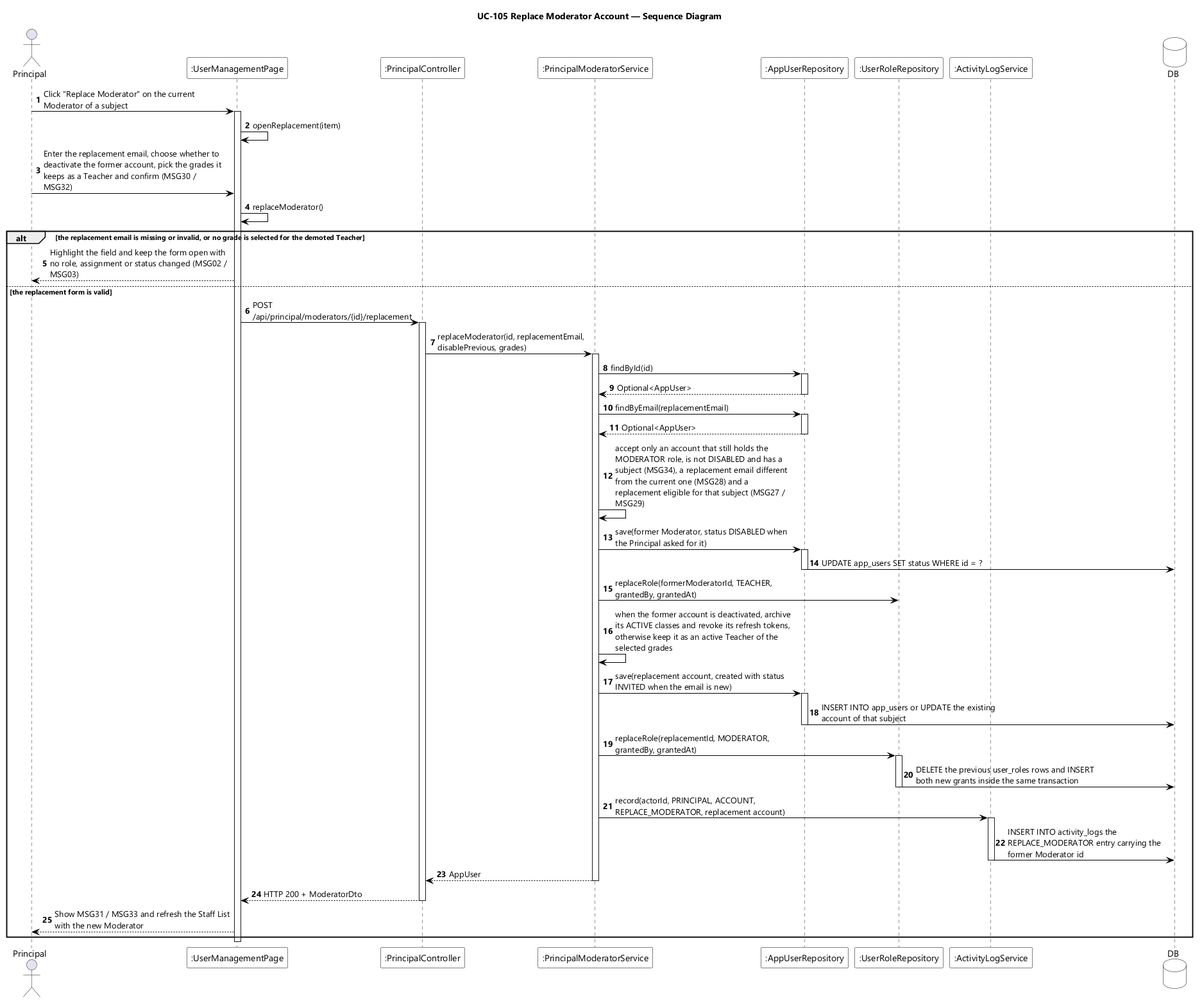
Earlier version of the PlantUML export designs/sds-diagrams/uc105/uc105-sequence-diagram.png (EduA-system/EduA-system).
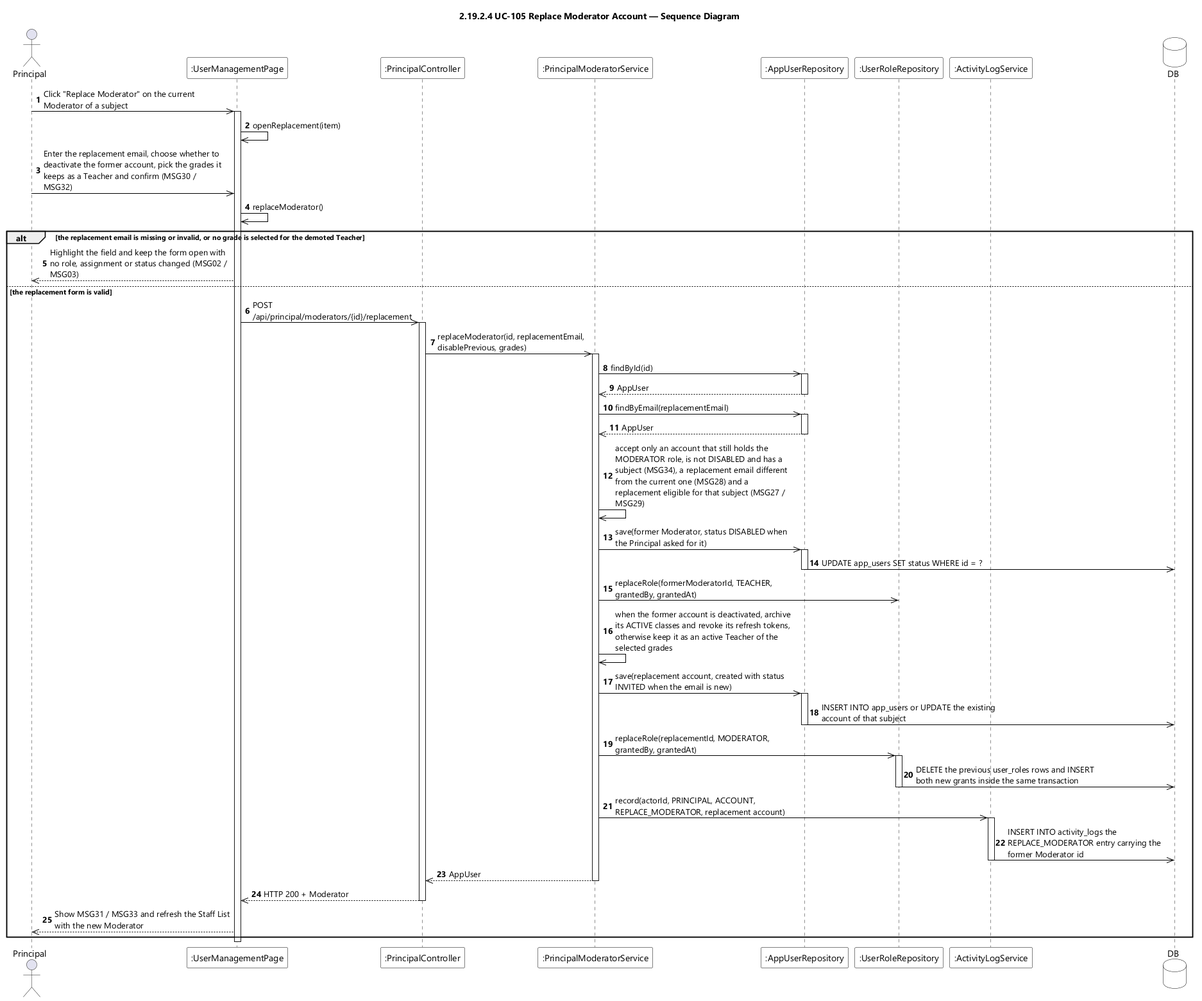
Above is the later version.

The edit, as a diff of the source:
```diff
@@ -9,7 +9,7 @@
 skinparam ArrowColor #000000
 skinparam sequenceMessageAlign left
 skinparam maxMessageSize 280
-title UC-105 Replace Moderator Account — Sequence Diagram
+title 2.19.2.4 UC-105 Replace Moderator Account — Sequence Diagram
 
 actor Principal
 participant ":UserManagementPage" as UI
@@ -21,51 +21,51 @@
 database DB
 
 autonumber
-Principal -> UI : Click "Replace Moderator" on the current Moderator of a subject
+Principal ->> UI : Click "Replace Moderator" on the current Moderator of a subject
 activate UI
-UI -> UI : openReplacement(item)
-Principal -> UI : Enter the replacement email, choose whether to deactivate the former account, pick the grades it keeps as a Teacher and confirm (MSG30 / MSG32)
-UI -> UI : replaceModerator()
+UI ->> UI : openReplacement(item)
+Principal ->> UI : Enter the replacement email, choose whether to deactivate the former account, pick the grades it keeps as a Teacher and confirm (MSG30 / MSG32)
+UI ->> UI : replaceModerator()
 
 alt the replacement email is missing or invalid, or no grade is selected for the demoted Teacher
-  UI --> Principal : Highlight the field and keep the form open with no role, assignment or status changed (MSG02 / MSG03)
+  UI -->> Principal : Highlight the field and keep the form open with no role, assignment or status changed (MSG02 / MSG03)
 else the replacement form is valid
-  UI -> CTL : POST /api/principal/moderators/{id}/replacement
+  UI ->> CTL : POST /api/principal/moderators/{id}/replacement
   activate CTL
-  CTL -> SVC : replaceModerator(id, replacementEmail, disablePrevious, grades)
+  CTL ->> SVC : replaceModerator(id, replacementEmail, disablePrevious, grades)
   activate SVC
-  SVC -> USERS : findById(id)
+  SVC ->> USERS : findById(id)
   activate USERS
-  USERS --> SVC : Optional<AppUser>
+  USERS -->> SVC : AppUser
   deactivate USERS
-  SVC -> USERS : findByEmail(replacementEmail)
+  SVC ->> USERS : findByEmail(replacementEmail)
   activate USERS
-  USERS --> SVC : Optional<AppUser>
+  USERS -->> SVC : AppUser
   deactivate USERS
-  SVC -> SVC : accept only an account that still holds the MODERATOR role, is not DISABLED and has a subject (MSG34), a replacement email different from the current one (MSG28) and a replacement eligible for that subject (MSG27 / MSG29)
-  SVC -> USERS : save(former Moderator, status DISABLED when the Principal asked for it)
+  SVC ->> SVC : accept only an account that still holds the MODERATOR role, is not DISABLED and has a subject (MSG34), a replacement email different from the current one (MSG28) and a replacement eligible for that subject (MSG27 / MSG29)
+  SVC ->> USERS : save(former Moderator, status DISABLED when the Principal asked for it)
   activate USERS
-  USERS -> DB : UPDATE app_users SET status WHERE id = ?
+  USERS ->> DB : UPDATE app_users SET status WHERE id = ?
   deactivate USERS
-  SVC -> ROLES : replaceRole(formerModeratorId, TEACHER, grantedBy, grantedAt)
-  SVC -> SVC : when the former account is deactivated, archive its ACTIVE classes and revoke its refresh tokens, otherwise keep it as an active Teacher of the selected grades
-  SVC -> USERS : save(replacement account, created with status INVITED when the email is new)
+  SVC ->> ROLES : replaceRole(formerModeratorId, TEACHER, grantedBy, grantedAt)
+  SVC ->> SVC : when the former account is deactivated, archive its ACTIVE classes and revoke its refresh tokens, otherwise keep it as an active Teacher of the selected grades
+  SVC ->> USERS : save(replacement account, created with status INVITED when the email is new)
   activate USERS
-  USERS -> DB : INSERT INTO app_users or UPDATE the existing account of that subject
+  USERS ->> DB : INSERT INTO app_users or UPDATE the existing account of that subject
   deactivate USERS
-  SVC -> ROLES : replaceRole(replacementId, MODERATOR, grantedBy, grantedAt)
+  SVC ->> ROLES : replaceRole(replacementId, MODERATOR, grantedBy, grantedAt)
   activate ROLES
-  ROLES -> DB : DELETE the previous user_roles rows and INSERT both new grants inside the same transaction
+  ROLES ->> DB : DELETE the previous user_roles rows and INSERT both new grants inside the same transaction
   deactivate ROLES
-  SVC -> AUDIT : record(actorId, PRINCIPAL, ACCOUNT, REPLACE_MODERATOR, replacement account)
+  SVC ->> AUDIT : record(actorId, PRINCIPAL, ACCOUNT, REPLACE_MODERATOR, replacement account)
   activate AUDIT
-  AUDIT -> DB : INSERT INTO activity_logs the REPLACE_MODERATOR entry carrying the former Moderator id
+  AUDIT ->> DB : INSERT INTO activity_logs the REPLACE_MODERATOR entry carrying the former Moderator id
   deactivate AUDIT
-  SVC --> CTL : AppUser
+  SVC -->> CTL : AppUser
   deactivate SVC
-  CTL --> UI : HTTP 200 + ModeratorDto
+  CTL -->> UI : HTTP 200 + Moderator
   deactivate CTL
-  UI --> Principal : Show MSG31 / MSG33 and refresh the Staff List with the new Moderator
+  UI -->> Principal : Show MSG31 / MSG33 and refresh the Staff List with the new Moderator
 end
 deactivate UI
 @enduml
```
